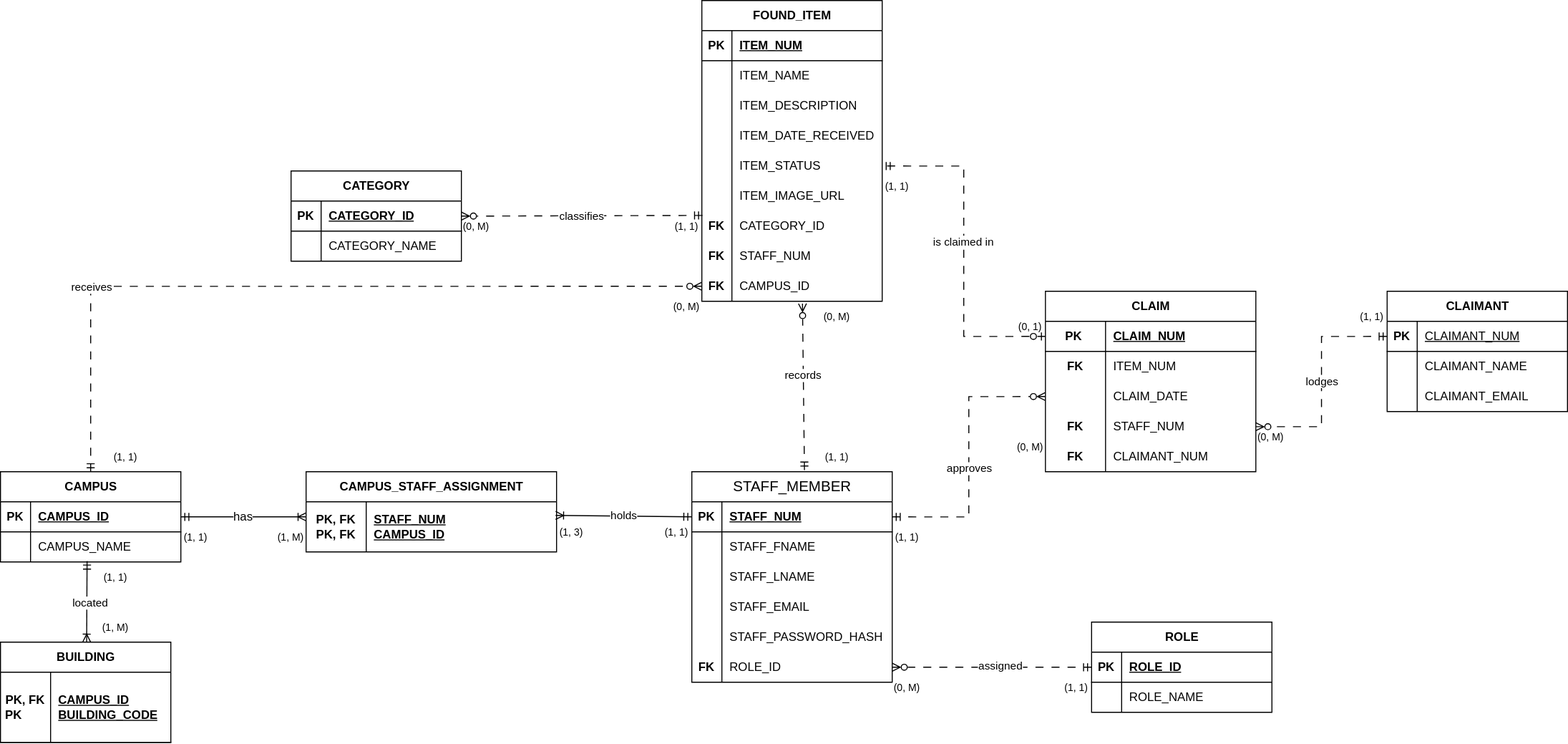
Above: designs/db/Lost-And-Found-ERD.drawio.svg in 0x03B4/lost-and-found-system (draw.io), before the change. Source tidied: cells renumbered, new cells last; positions are measured from the earlier drawing's top-left corner, leaving out a move shared by most shapes.
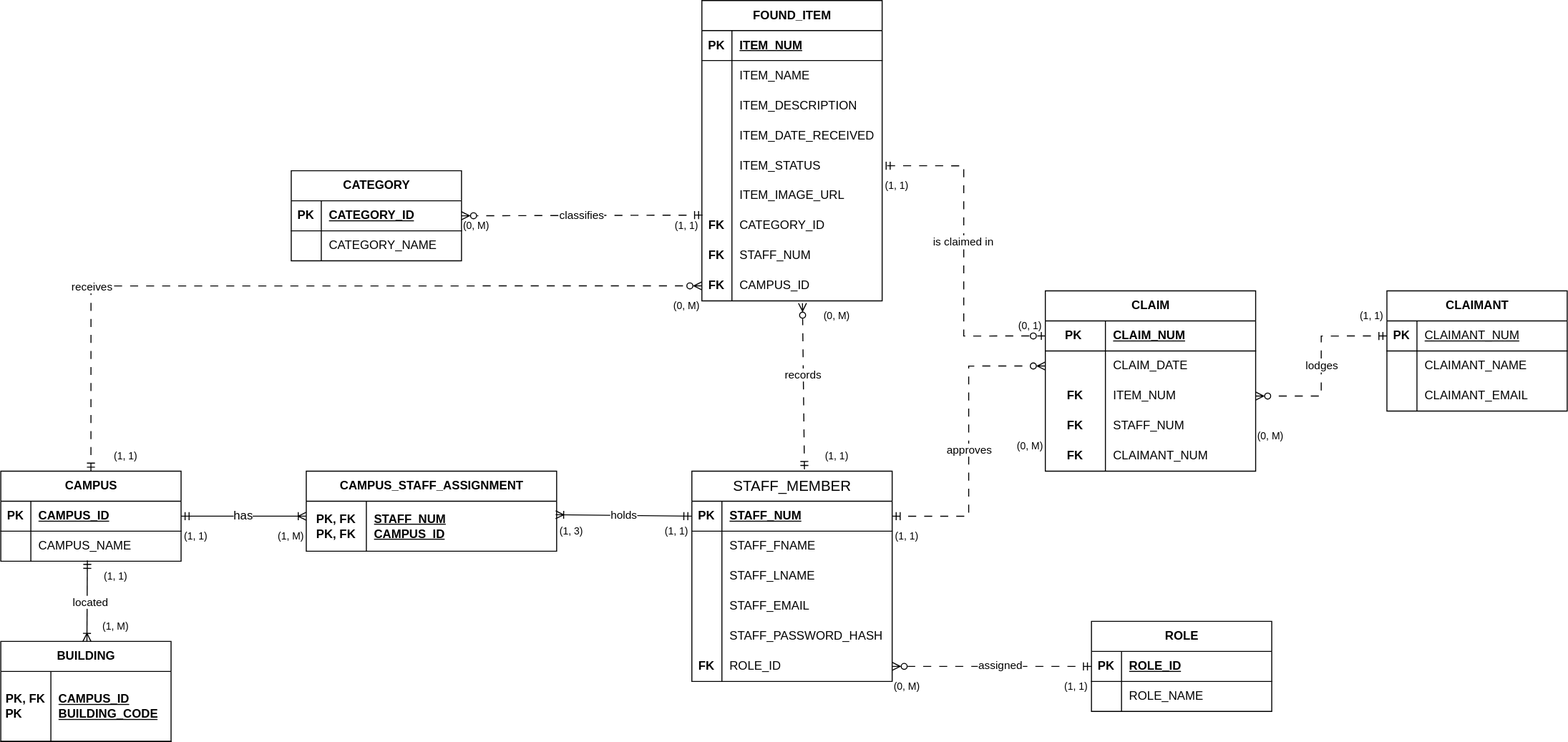
The same file after the commit.

Commit message:
Swap ITEM_NUM and CLAIM_DATE attributes in the CLAIM entity

What changed in the source:
```diff
@@ -309,17 +309,8 @@
     <mxCell id="100" value="CLAIM_NUM" style="shape=partialRectangle;fillColor=none;top=0;left=0;bottom=0;right=0;align=left;spacingLeft=6;fontStyle=5;overflow=hidden;whiteSpace=wrap;html=1;" parent="98" vertex="1">
       <mxGeometry x="60" width="150" height="30" as="geometry" />
     </mxCell>
-    <mxCell id="101" style="shape=tableRow;horizontal=0;startSize=0;swimlaneHead=0;swimlaneBody=0;fillColor=none;top=0;left=0;right=0;bottom=0;" parent="97" vertex="1">
-      <mxGeometry y="60" width="210" height="30" as="geometry" />
-    </mxCell>
-    <mxCell id="102" value="&lt;b&gt;FK&lt;/b&gt;" style="shape=partialRectangle;fillColor=none;top=0;left=0;bottom=0;right=0;overflow=hidden;whiteSpace=wrap;html=1;" parent="101" vertex="1">
-      <mxGeometry width="60" height="30" as="geometry" />
-    </mxCell>
-    <mxCell id="103" value="ITEM_NUM" style="shape=partialRectangle;fillColor=none;top=0;left=0;bottom=0;right=0;align=left;spacingLeft=6;overflow=hidden;whiteSpace=wrap;html=1;" parent="101" vertex="1">
-      <mxGeometry x="60" width="150" height="30" as="geometry" />
-    </mxCell>
     <mxCell id="104" style="shape=tableRow;horizontal=0;startSize=0;swimlaneHead=0;swimlaneBody=0;fillColor=none;points=[[0,0.5],[1,0.5]];portConstraint=eastwest;top=0;left=0;right=0;bottom=0;" parent="97" vertex="1">
-      <mxGeometry y="90" width="210" height="30" as="geometry" />
+      <mxGeometry y="60" width="210" height="30" as="geometry" />
     </mxCell>
     <mxCell id="105" style="shape=partialRectangle;fillColor=none;top=0;left=0;bottom=0;right=0;overflow=hidden;whiteSpace=wrap;html=1;" parent="104" vertex="1">
       <mxGeometry width="60" height="30" as="geometry" />
@@ -328,23 +319,32 @@
       <mxGeometry x="60" width="150" height="30" as="geometry" />
     </mxCell>
     <mxCell id="107" style="shape=tableRow;horizontal=0;startSize=0;swimlaneHead=0;swimlaneBody=0;fillColor=none;points=[[0,0.5],[1,0.5]];portConstraint=eastwest;top=0;left=0;right=0;bottom=0;" parent="97" vertex="1">
-      <mxGeometry y="120" width="210" height="30" as="geometry" />
+      <mxGeometry y="90" width="210" height="30" as="geometry" />
     </mxCell>
     <mxCell id="108" value="&lt;b&gt;FK&lt;/b&gt;" style="shape=partialRectangle;fillColor=none;top=0;left=0;bottom=0;right=0;overflow=hidden;whiteSpace=wrap;html=1;" parent="107" vertex="1">
       <mxGeometry width="60" height="30" as="geometry" />
     </mxCell>
-    <mxCell id="109" value="STAFF_NUM" style="shape=partialRectangle;fillColor=none;top=0;left=0;bottom=0;right=0;align=left;spacingLeft=6;overflow=hidden;whiteSpace=wrap;html=1;" parent="107" vertex="1">
+    <mxCell id="109" value="ITEM_NUM" style="shape=partialRectangle;fillColor=none;top=0;left=0;bottom=0;right=0;align=left;spacingLeft=6;overflow=hidden;whiteSpace=wrap;html=1;" parent="107" vertex="1">
       <mxGeometry x="60" width="150" height="30" as="geometry" />
     </mxCell>
     <mxCell id="110" style="shape=tableRow;horizontal=0;startSize=0;swimlaneHead=0;swimlaneBody=0;fillColor=none;top=0;left=0;right=0;bottom=0;" parent="97" vertex="1">
-      <mxGeometry y="150" width="210" height="30" as="geometry" />
+      <mxGeometry y="120" width="210" height="30" as="geometry" />
     </mxCell>
     <mxCell id="111" value="&lt;b&gt;FK&lt;/b&gt;" style="shape=partialRectangle;fillColor=none;top=0;left=0;bottom=0;right=0;overflow=hidden;whiteSpace=wrap;html=1;" parent="110" vertex="1">
       <mxGeometry width="60" height="30" as="geometry" />
     </mxCell>
-    <mxCell id="112" value="CLAIMANT_NUM" style="shape=partialRectangle;fillColor=none;top=0;left=0;bottom=0;right=0;align=left;spacingLeft=6;overflow=hidden;whiteSpace=wrap;html=1;" parent="110" vertex="1">
+    <mxCell id="112" value="STAFF_NUM" style="shape=partialRectangle;fillColor=none;top=0;left=0;bottom=0;right=0;align=left;spacingLeft=6;overflow=hidden;whiteSpace=wrap;html=1;" parent="110" vertex="1">
       <mxGeometry x="60" width="150" height="30" as="geometry" />
     </mxCell>
+    <mxCell id="144" style="shape=tableRow;horizontal=0;startSize=0;swimlaneHead=0;swimlaneBody=0;fillColor=none;top=0;left=0;right=0;bottom=0;" parent="97" vertex="1">
+      <mxGeometry y="150" width="210" height="30" as="geometry" />
+    </mxCell>
+    <mxCell id="102" value="&lt;b&gt;FK&lt;/b&gt;" style="shape=partialRectangle;fillColor=none;top=0;left=0;bottom=0;right=0;overflow=hidden;whiteSpace=wrap;html=1;" parent="144" vertex="1">
+      <mxGeometry width="60" height="30" as="geometry" />
+    </mxCell>
+    <mxCell id="145" value="CLAIMANT_NUM" style="shape=partialRectangle;fillColor=none;top=0;left=0;bottom=0;right=0;align=left;spacingLeft=6;overflow=hidden;whiteSpace=wrap;html=1;" parent="144" vertex="1">
+      <mxGeometry x="60" width="150" height="30" as="geometry" />
+    </mxCell>
     <mxCell id="113" value="CLAIMANT" style="shape=table;startSize=30;rowLines=0;fontStyle=1;align=center;html=1;" parent="1" vertex="1">
       <mxGeometry x="1384" y="290" width="180" height="120" as="geometry" />
     </mxCell>
```
